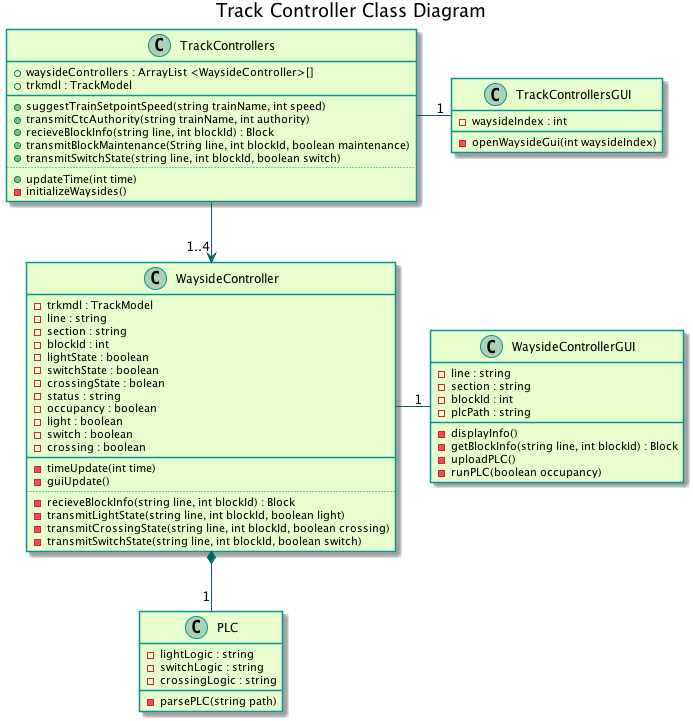
Earlier version of the PlantUML export TrainSystem/yUML/Class Diagrams/TrackControllerClassDiagram.png (kevingilboy/COE1186).
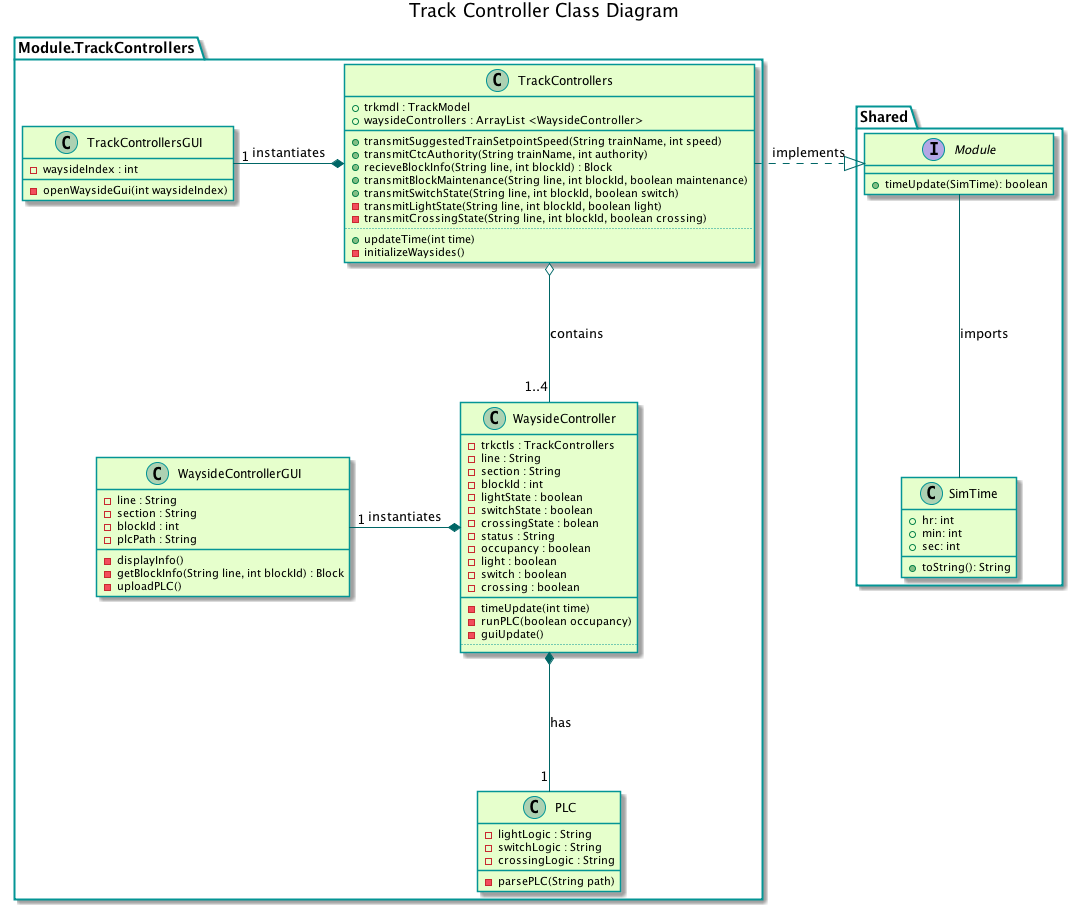
After the change.

Commit message:
Added packages and shared classes. Updated arrows

What changed in the source:
```diff
@@ -6,72 +6,89 @@
 skinparam packageBorderCOlor  #049595
 skinparam arrowColor #006666
 
-class TrackControllers {
-	{field} + waysideControllers : ArrayList <WaysideController>[]
-	{field} + trkmdl : TrackModel
-	__
-	{method} + suggestTrainSetpointSpeed(string trainName, int speed)
-	{method} + transmitCtcAuthority(string trainName, int authority)
-	{method} + recieveBlockInfo(string line, int blockId) : Block
-    {method} + transmitBlockMaintenance(String line, int blockId, boolean maintenance)
-	{method} + transmitSwitchState(string line, int blockId, boolean switch)
-	..
-	{method} + updateTime(int time)
-	{method} - initializeWaysides()
+package "Shared"{
+    interface Module{
+        +timeUpdate(SimTime): boolean
+    }
+
+    class SimTime{
+        +hr: int
+        +min: int
+        +sec: int
+        +toString(): String
+    }
 }
 
-class TrackControllersGUI {
-	{field} - waysideIndex : int
-	__
-	{method} - openWaysideGui(int waysideIndex)
+package Module.TrackControllers{
+	class TrackControllers {
+		{field} + trkmdl : TrackModel
+		{field} + waysideControllers : ArrayList <WaysideController>
+		__
+		{method} + transmitSuggestedTrainSetpointSpeed(String trainName, int speed)
+		{method} + transmitCtcAuthority(String trainName, int authority)
+		{method} + recieveBlockInfo(String line, int blockId) : Block
+	    {method} + transmitBlockMaintenance(String line, int blockId, boolean maintenance)
+		{method} + transmitSwitchState(String line, int blockId, boolean switch)
+		{method} - transmitLightState(String line, int blockId, boolean light)
+		{method} - transmitCrossingState(String line, int blockId, boolean crossing)
+		..
+		{method} + updateTime(int time)
+		{method} - initializeWaysides()
+	}
+
+	class TrackControllersGUI {
+		{field} - waysideIndex : int
+		__
+		{method} - openWaysideGui(int waysideIndex)
+	}
+
+	class WaysideController {
+		{field} - trkctls : TrackControllers
+		{field} - line : String
+		{field} - section : String
+		{field} - blockId : int
+		{field} - lightState : boolean
+		{field} - switchState : boolean
+		{field} - crossingState : bolean
+		{field} - status : String
+		{field} - occupancy : boolean
+		{field} - light : boolean
+		{field} - switch : boolean
+		{field} - crossing : boolean
+		__
+		{method} - timeUpdate(int time)
+		{method} - runPLC(boolean occupancy)
+		{method} - guiUpdate()
+		..
+
+	}
+
+	class WaysideControllerGUI {
+		{field} - line : String
+		{field} - section : String
+		{field} - blockId : int
+		{field} - plcPath : String
+		__
+		{method} - displayInfo()
+		{method} - getBlockInfo(String line, int blockId) : Block
+		{method} - uploadPLC()
+
+	}
+
+	class PLC {
+		{field} - lightLogic : String
+		{field} - switchLogic : String
+		{field} - crossingLogic : String
+		__
+		{method} - parsePLC(String path)
+	}
 }
 
-class WaysideController {
-	{field} - trkmdl : TrackModel
-	{field} - line : string
-	{field} - section : string
-	{field} - blockId : int
-	{field} - lightState : boolean
-	{field} - switchState : boolean
-	{field} - crossingState : bolean
-	{field} - status : string
-	{field} - occupancy : boolean
-	{field} - light : boolean
-	{field} - switch : boolean
-	{field} - crossing : boolean
-	__
-	{method} - timeUpdate(int time)
-	{method} - guiUpdate()
-	..
-	{method} - recieveBlockInfo(string line, int blockId) : Block
-	{method} - transmitLightState(string line, int blockId, boolean light)
-	{method} - transmitCrossingState(string line, int blockId, boolean crossing)
-	{method} - transmitSwitchState(string line, int blockId, boolean switch)
-}
-
-class WaysideControllerGUI {
-	{field} - line : string
-	{field} - section : string
-	{field} - blockId : int
-	{field} - plcPath : string
-	__
-	{method} - displayInfo()
-	{method} - getBlockInfo(string line, int blockId) : Block
-	{method} - uploadPLC()
-	{method} - runPLC(boolean occupancy)
-}
-
-class PLC {
-	{field} - lightLogic : string
-	{field} - switchLogic : string
-	{field} - crossingLogic : string
-	__
-	{method} - parsePLC(string path)
-}
-
-TrackControllers -down-> "1..4" WaysideController
-TrackControllers -right- "1" TrackControllersGUI
-WaysideController -right- "1" WaysideControllerGUI
-WaysideController *-down- "1" PLC
+Module -- SimTime : imports
+TrackControllers .right.|> Module : implements
+TrackControllers o-down- "1..4" WaysideController : contains
+TrackControllers *-left- "1" TrackControllersGUI : instantiates
+WaysideController *-left- "1" WaysideControllerGUI : instantiates
+WaysideController *-down- "1" PLC : has
 
 @enduml
```
